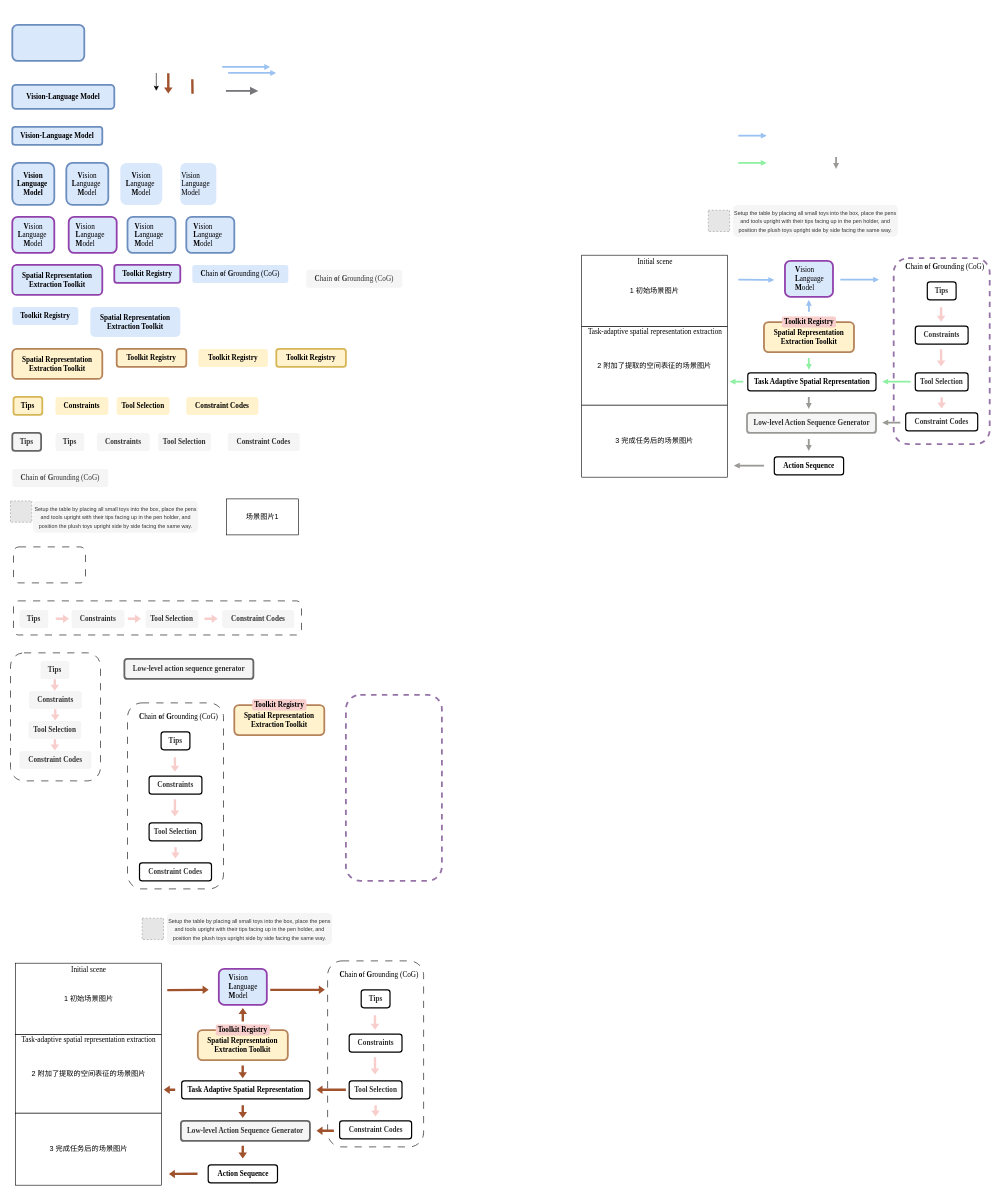
AnonAnonAnonAnonAnon/Figure_live keeps this draw.io diagram as taki.drawio. Above is the earlier version. Source tidied: cells renumbered, new cells numbered last; positions are measured from the earlier drawing's top-left corner, leaving out a move shared by most shapes. Both pictures are drawn from the tidied source at 60%, with x=0, y=0 at pixel (10, 25). Pictures stored in the file or linked from it are replaced by grey dashed boxes.
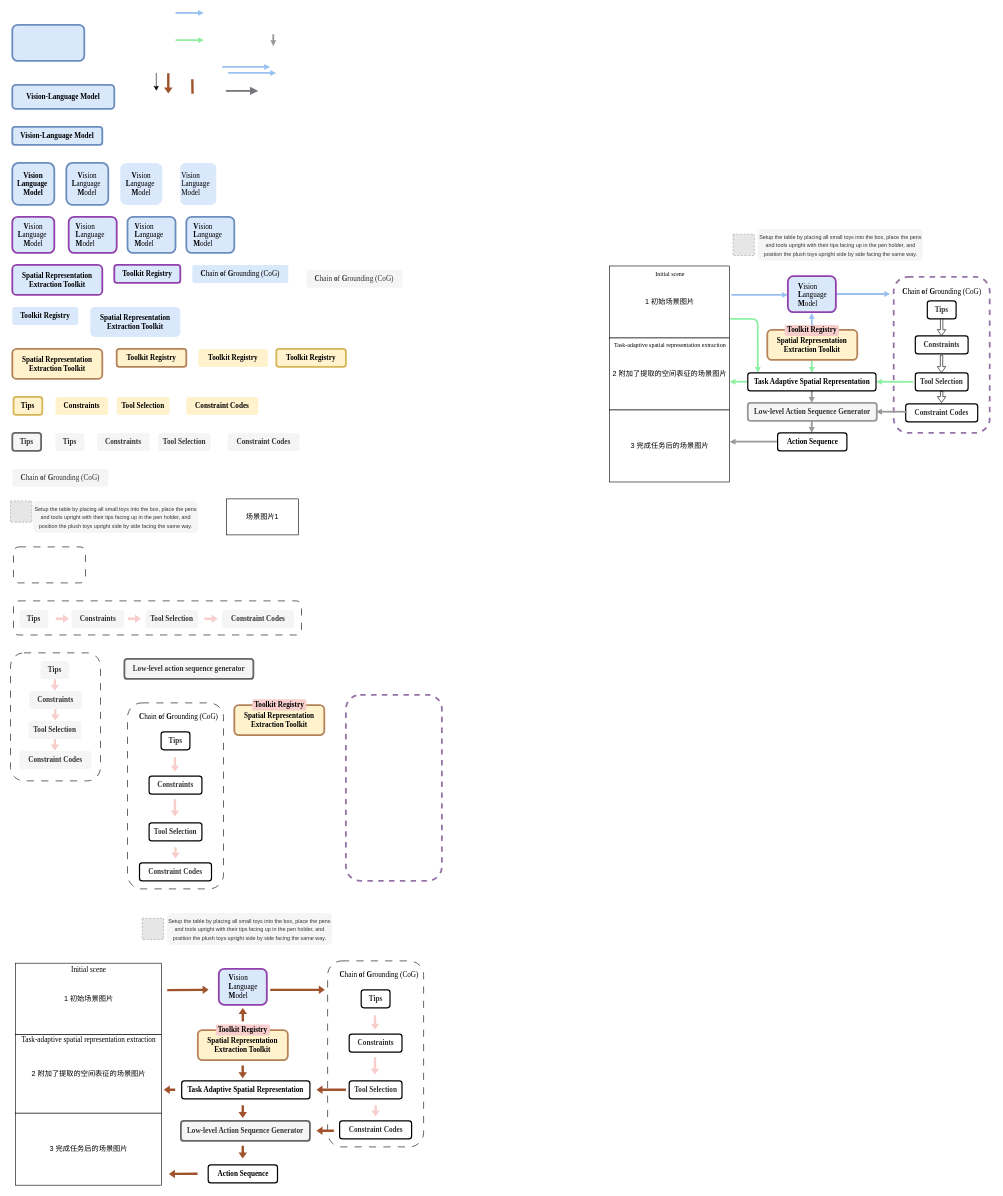
After the change.

The edit, as a diff of the source:
```diff
@@
     <mxCell id="39" value="1 初始场景图片" style="rounded=0;whiteSpace=wrap;html=1;" parent="1" vertex="1">
-      <mxGeometry x="952" y="383.8" width="243" height="118.8" as="geometry" />
+      <mxGeometry x="998.5" y="401.8" width="200" height="120" as="geometry" />
     </mxCell>
     <mxCell id="40" style="fillColor=#E6E6E6;strokeColor=#999999;dashed=1;verticalLabelPosition=bottom;labelBackgroundColor=default;verticalAlign=top;" parent="1" vertex="1">
-      <mxGeometry x="1163" y="308.9" width="35.5" height="35.5" as="geometry" />
+      <mxGeometry x="1204.2" y="348.9" width="35.5" height="35.5" as="geometry" />
     </mxCell>
     <mxCell id="41" value="&lt;p&gt;&lt;font style=&quot;font-size: 9px;&quot;&gt;Setup the table by placing all small toys into the box, place the pens and tools upright with their tips facing up in the pen holder, and position the plush toys upright side by side facing the same way.&lt;/font&gt;&lt;/p&gt;" style="rounded=1;whiteSpace=wrap;html=1;strokeWidth=3;fillColor=#f5f5f5;strokeColor=none;align=center;fontColor=#333333;" parent="1" vertex="1">
-      <mxGeometry x="1204.2" y="300" width="275" height="53.2" as="geometry" />
+      <mxGeometry x="1245.5" y="340" width="275" height="53.2" as="geometry" />
     </mxCell>
-    <mxCell id="42" style="rounded=1;whiteSpace=wrap;html=1;strokeWidth=3;fillColor=#dae8fc;strokeColor=light-dark(#9141ac, #a9adff);align=center;" parent="1" vertex="1">
-      <mxGeometry x="1290.8" y="393.2" width="80" height="60" as="geometry" />
-    </mxCell>
-    <mxCell id="43" value="&lt;div align=&quot;left&quot;&gt;&lt;font face=&quot;Times New Roman&quot;&gt;&lt;b&gt;V&lt;/b&gt;ision&lt;/font&gt;&lt;/div&gt;&lt;div align=&quot;left&quot;&gt;&lt;font face=&quot;Times New Roman&quot;&gt;&lt;b&gt;L&lt;/b&gt;anguage&lt;/font&gt;&lt;/div&gt;&lt;div align=&quot;left&quot;&gt;&lt;font face=&quot;Times New Roman&quot;&gt;&lt;b&gt;M&lt;/b&gt;odel&lt;/font&gt;&lt;/div&gt;" style="text;html=1;align=left;verticalAlign=middle;strokeColor=none;fillColor=none;" parent="1" vertex="1">
-      <mxGeometry x="1305.9" y="393.2" width="70" height="60" as="geometry" />
-    </mxCell>
     <mxCell id="44" value="&lt;font face=&quot;Times New Roman&quot;&gt;&lt;b&gt;Spatial Representation Extraction Toolkit&lt;/b&gt;&lt;/font&gt;" style="rounded=1;whiteSpace=wrap;html=1;strokeWidth=3;fillColor=#fff2cc;strokeColor=light-dark(#b5835a, #00a200);align=center;" parent="1" vertex="1">
-      <mxGeometry x="1255.8" y="495.3" width="150" height="50" as="geometry" />
+      <mxGeometry x="1261.3" y="508.2" width="150" height="50" as="geometry" />
     </mxCell>
     <mxCell id="45" value="&lt;font face=&quot;Times New Roman&quot;&gt;&lt;b&gt;Toolkit Registry&lt;/b&gt;&lt;/font&gt;" style="rounded=1;whiteSpace=wrap;html=1;strokeWidth=3;fillColor=#f8cecc;strokeColor=none;align=center;" parent="1" vertex="1">
-      <mxGeometry x="1285.6" y="485.8" width="90.2" height="18.4" as="geometry" />
+      <mxGeometry x="1290.5" y="500" width="90.2" height="18.4" as="geometry" />
     </mxCell>
@@
     <mxCell id="65" value="&lt;b&gt;&lt;font face=&quot;Times New Roman&quot;&gt;Tips&lt;/font&gt;&lt;/b&gt;" style="rounded=1;whiteSpace=wrap;html=1;strokeWidth=2;fillColor=none;strokeColor=default;align=center;fontColor=#333333;" parent="1" vertex="1">
-      <mxGeometry x="1528" y="428.3" width="48" height="30" as="geometry" />
+      <mxGeometry x="1528" y="460" width="48" height="30" as="geometry" />
     </mxCell>
     <mxCell id="66" value="&lt;font face=&quot;Times New Roman&quot;&gt;&lt;b&gt;Constraints&lt;/b&gt;&lt;/font&gt;" style="rounded=1;whiteSpace=wrap;html=1;strokeWidth=2;fillColor=none;strokeColor=default;align=center;fontColor=#333333;" parent="1" vertex="1">
-      <mxGeometry x="1508" y="502" width="88" height="30" as="geometry" />
+      <mxGeometry x="1508" y="518.4" width="88" height="30" as="geometry" />
     </mxCell>
@@
     <mxCell id="68" value="&lt;font face=&quot;Times New Roman&quot;&gt;&lt;b&gt;Constraint Codes&lt;/b&gt;&lt;/font&gt;" style="rounded=1;whiteSpace=wrap;html=1;strokeWidth=2;fillColor=none;strokeColor=default;align=center;fontColor=#333333;" parent="1" vertex="1">
-      <mxGeometry x="1492" y="646.6" width="120" height="30" as="geometry" />
+      <mxGeometry x="1492" y="631.7" width="120" height="30" as="geometry" />
     </mxCell>
     <mxCell id="69" style="rounded=1;whiteSpace=wrap;html=1;fillColor=none;dashed=1;strokeColor=#9673a6;strokeWidth=3;" parent="1" vertex="1">
-      <mxGeometry x="1472" y="388.8" width="160" height="310" as="geometry" />
+      <mxGeometry x="1472" y="420" width="160" height="260" as="geometry" />
     </mxCell>
-    <mxCell id="70" style="shape=flexArrow;endArrow=classic;html=1;rounded=0;fillColor=#f8cecc;strokeColor=none;targetPerimeterSpacing=0;endSize=3;startSize=6;endWidth=9.2;width=4;shadow=0;" parent="1" edge="1">
+    <mxCell id="70" style="shape=flexArrow;endArrow=classic;html=1;rounded=0;fillColor=default;strokeColor=default;targetPerimeterSpacing=0;endSize=3;startSize=6;endWidth=9.2;width=4;shadow=0;" parent="1" edge="1">
       <mxGeometry relative="1" as="geometry">
-        <mxPoint x="1551" y="470" as="sourcePoint" />
-        <mxPoint x="1551" y="495.1" as="targetPoint" />
+        <mxPoint x="1552" y="490" as="sourcePoint" />
+        <mxPoint x="1551.7" y="518.4" as="targetPoint" />
       </mxGeometry>
     </mxCell>
-    <mxCell id="71" style="shape=flexArrow;endArrow=classic;html=1;rounded=0;fillColor=#f8cecc;strokeColor=none;targetPerimeterSpacing=0;endSize=3;startSize=6;endWidth=9.2;width=4;shadow=0;" parent="1" edge="1">
+    <mxCell id="71" style="shape=flexArrow;endArrow=classic;html=1;rounded=0;fillColor=none;strokeColor=default;targetPerimeterSpacing=0;endSize=3;startSize=6;endWidth=9.2;width=4;shadow=0;" parent="1" edge="1">
       <mxGeometry relative="1" as="geometry">
-        <mxPoint x="1552.1" y="620" as="sourcePoint" />
-        <mxPoint x="1551.8" y="639.8" as="targetPoint" />
+        <mxPoint x="1552" y="610.2" as="sourcePoint" />
+        <mxPoint x="1551.7" y="630" as="targetPoint" />
       </mxGeometry>
     </mxCell>
-    <mxCell id="72" style="shape=flexArrow;endArrow=classic;html=1;rounded=0;fillColor=#f8cecc;strokeColor=none;targetPerimeterSpacing=0;endSize=3;startSize=6;endWidth=9.2;width=4;shadow=0;" parent="1" edge="1">
+    <mxCell id="72" style="shape=flexArrow;endArrow=classic;html=1;rounded=0;fillColor=none;strokeColor=default;targetPerimeterSpacing=0;endSize=3;startSize=6;endWidth=9.2;width=4;shadow=0;" parent="1" edge="1">
       <mxGeometry relative="1" as="geometry">
-        <mxPoint x="1551" y="540" as="sourcePoint" />
-        <mxPoint x="1551" y="570" as="targetPoint" />
+        <mxPoint x="1551.7" y="550" as="sourcePoint" />
+        <mxPoint x="1551.7" y="580" as="targetPoint" />
       </mxGeometry>
     </mxCell>
     <mxCell id="73" value="&lt;div&gt;&lt;div class=&quot;old-record-id-Jpved50hUo4uE4xDqZKcLIfEnAk&quot;&gt;&lt;font face=&quot;Times New Roman&quot;&gt;&lt;b&gt;C&lt;/b&gt;hain &lt;b&gt;o&lt;/b&gt;f &lt;b&gt;G&lt;/b&gt;rounding (CoG)&lt;/font&gt;&lt;/div&gt;&lt;/div&gt;&lt;font face=&quot;Times New Roman&quot;&gt;&lt;span data-lark-record-data=&quot;{&amp;quot;rootId&amp;quot;:&amp;quot;Y6xqdsJ0JoNIp3x1KjNcxyL0n1f&amp;quot;,&amp;quot;text&amp;quot;:{&amp;quot;initialAttributedTexts&amp;quot;:{&amp;quot;text&amp;quot;:{&amp;quot;0&amp;quot;:&amp;quot;Chain of Grounding (CoG)&amp;quot;},&amp;quot;attribs&amp;quot;:{&amp;quot;0&amp;quot;:&amp;quot;*0+o&amp;quot;}},&amp;quot;apool&amp;quot;:{&amp;quot;numToAttrib&amp;quot;:{&amp;quot;0&amp;quot;:[&amp;quot;author&amp;quot;,&amp;quot;7455933905562779650&amp;quot;]},&amp;quot;nextNum&amp;quot;:1}},&amp;quot;type&amp;quot;:&amp;quot;text&amp;quot;,&amp;quot;referenceRecordMap&amp;quot;:{},&amp;quot;extra&amp;quot;:{&amp;quot;channel&amp;quot;:&amp;quot;saas&amp;quot;,&amp;quot;isEqualBlockSelection&amp;quot;:false,&amp;quot;pasteRandomId&amp;quot;:&amp;quot;5d08a9c0-3101-4293-8adc-91da2f840806&amp;quot;,&amp;quot;mention_page_title&amp;quot;:{},&amp;quot;external_mention_url&amp;quot;:{}},&amp;quot;isKeepQuoteContainer&amp;quot;:false,&amp;quot;isFromCode&amp;quot;:false,&amp;quot;selection&amp;quot;:[{&amp;quot;id&amp;quot;:1047,&amp;quot;type&amp;quot;:&amp;quot;text&amp;quot;,&amp;quot;selection&amp;quot;:{&amp;quot;start&amp;quot;:4,&amp;quot;end&amp;quot;:28},&amp;quot;recordId&amp;quot;:&amp;quot;Jpved50hUo4uE4xDqZKcLIfEnAk&amp;quot;}],&amp;quot;payloadMap&amp;quot;:{},&amp;quot;isCut&amp;quot;:false}&quot; class=&quot;lark-record-clipboard&quot;&gt;&lt;/span&gt;&lt;/font&gt;" style="text;html=1;align=center;verticalAlign=middle;strokeColor=none;fillColor=none;" parent="1" vertex="1">
-      <mxGeometry x="1477" y="388.8" width="160" height="30" as="geometry" />
+      <mxGeometry x="1472" y="430" width="160" height="30" as="geometry" />
     </mxCell>
     <mxCell id="74" value="2 附加了提取的空间表征的场景图片" style="rounded=0;whiteSpace=wrap;html=1;" parent="1" vertex="1">
-      <mxGeometry x="952" y="502.9" width="243" height="130.9" as="geometry" />
+      <mxGeometry x="998.5" y="521.8" width="200" height="120" as="geometry" />
     </mxCell>
-    <mxCell id="75" value="&lt;font face=&quot;Times New Roman&quot;&gt;Task-adaptive spatial representation extraction&lt;/font&gt;" style="text;html=1;align=center;verticalAlign=middle;strokeColor=none;fillColor=none;" parent="1" vertex="1">
-      <mxGeometry x="948.5" y="497" width="250" height="30" as="geometry" />
+    <mxCell id="75" value="&lt;font style=&quot;font-size: 10px;&quot; face=&quot;Times New Roman&quot;&gt;Task-adaptive spatial representation extraction&lt;/font&gt;" style="text;html=1;align=center;verticalAlign=middle;strokeColor=none;fillColor=none;" parent="1" vertex="1">
+      <mxGeometry x="994.2" y="518.2" width="210" height="30" as="geometry" />
     </mxCell>
@@
     <mxCell id="77" value="3 完成任务后的场景图片" style="rounded=0;whiteSpace=wrap;html=1;" parent="1" vertex="1">
-      <mxGeometry x="952" y="633.8" width="243" height="120" as="geometry" />
+      <mxGeometry x="998.5" y="641.8" width="200" height="120" as="geometry" />
     </mxCell>
     <mxCell id="78" value="&lt;font face=&quot;Times New Roman&quot;&gt;&lt;b&gt;Low-level Action Sequence Generator&lt;/b&gt;&lt;/font&gt;" style="rounded=1;whiteSpace=wrap;html=1;strokeWidth=3;fillColor=#f5f5f5;strokeColor=light-dark(#9a9996, #959595);align=center;fontColor=#333333;" parent="1" vertex="1">
-      <mxGeometry x="1227.5" y="646.6" width="215" height="33.4" as="geometry" />
+      <mxGeometry x="1228.8" y="630" width="215" height="30" as="geometry" />
     </mxCell>
-    <mxCell id="79" value="&lt;font face=&quot;Times New Roman&quot;&gt;&lt;span lang=&quot;en&quot; class=&quot;HwtZe&quot;&gt;&lt;span class=&quot;jCAhz ChMk0b&quot;&gt;&lt;span class=&quot;ryNqvb&quot;&gt;Initial scene&lt;/span&gt;&lt;/span&gt;&lt;/span&gt;&lt;/font&gt;" style="text;html=1;align=center;verticalAlign=middle;strokeColor=none;fillColor=none;" parent="1" vertex="1">
-      <mxGeometry x="1033.5" y="380" width="80" height="30" as="geometry" />
+    <mxCell id="79" value="&lt;font style=&quot;font-size: 10px;&quot; face=&quot;Times New Roman&quot;&gt;&lt;span lang=&quot;en&quot; class=&quot;HwtZe&quot;&gt;&lt;span class=&quot;jCAhz ChMk0b&quot;&gt;&lt;span class=&quot;ryNqvb&quot;&gt;Initial scene&lt;/span&gt;&lt;/span&gt;&lt;/span&gt;&lt;/font&gt;" style="text;html=1;align=center;verticalAlign=middle;strokeColor=none;fillColor=none;" parent="1" vertex="1">
+      <mxGeometry x="1063.5" y="400" width="70" height="30" as="geometry" />
     </mxCell>
@@
-    <mxCell id="81" value="&lt;b&gt;&lt;font face=&quot;Times New Roman&quot;&gt;Task Adaptive Spatial Representation&lt;/font&gt;&lt;/b&gt;" style="rounded=1;whiteSpace=wrap;html=1;strokeWidth=2;fillColor=none;strokeColor=default;align=center;" parent="1" vertex="1">
-      <mxGeometry x="1228.8" y="580" width="213.7" height="30" as="geometry" />
-    </mxCell>
@@
-    <mxCell id="93" value="&lt;font face=&quot;Times New Roman&quot;&gt;&lt;b&gt;Action Sequence&lt;/b&gt;&lt;/font&gt;" style="rounded=1;whiteSpace=wrap;html=1;strokeWidth=2;fillColor=none;strokeColor=default;align=center;" parent="1" vertex="1">
-      <mxGeometry x="1273" y="720" width="115.5" height="30" as="geometry" />
-    </mxCell>
@@
     <mxCell id="131" style="endArrow=block;html=1;rounded=0;curved=1;endFill=1;strokeWidth=3;strokeColor=light-dark(#99c1f1, #436697);fillColor=#cce5ff;startSize=6;endSize=2;" parent="1" edge="1">
       <mxGeometry relative="1" as="geometry">
-        <mxPoint x="1213" y="184.6" as="sourcePoint" />
-        <mxPoint x="1260.4" y="184.6" as="targetPoint" />
+        <mxPoint x="275" y="-20" as="sourcePoint" />
+        <mxPoint x="322.4" y="-20" as="targetPoint" />
       </mxGeometry>
     </mxCell>
     <mxCell id="132" style="endArrow=block;html=1;rounded=0;curved=1;endFill=1;strokeWidth=3;strokeColor=light-dark(#99c1f1, #436697);fillColor=#cce5ff;startSize=6;endSize=2;" parent="1" edge="1">
       <mxGeometry relative="1" as="geometry">
-        <mxPoint x="1213" y="424.6" as="sourcePoint" />
-        <mxPoint x="1273" y="425" as="targetPoint" />
+        <mxPoint x="1201.4" y="450" as="sourcePoint" />
+        <mxPoint x="1295.6" y="450" as="targetPoint" />
       </mxGeometry>
     </mxCell>
     <mxCell id="133" style="endArrow=block;html=1;rounded=0;curved=1;endFill=1;strokeWidth=3;strokeColor=light-dark(#99c1f1, #436697);fillColor=#cce5ff;startSize=6;endSize=2;" parent="1" edge="1">
       <mxGeometry relative="1" as="geometry">
-        <mxPoint x="1383" y="424.6" as="sourcePoint" />
-        <mxPoint x="1447.6" y="424.6" as="targetPoint" />
+        <mxPoint x="1375.6" y="448.5" as="sourcePoint" />
+        <mxPoint x="1466.1" y="448.5" as="targetPoint" />
       </mxGeometry>
     </mxCell>
     <mxCell id="134" style="endArrow=block;html=1;rounded=0;curved=1;endFill=1;strokeWidth=3;strokeColor=light-dark(#99c1f1, #436697);fillColor=#cce5ff;startSize=6;endSize=2;" parent="1" edge="1">
       <mxGeometry relative="1" as="geometry">
-        <mxPoint x="1330.8" y="478.2" as="sourcePoint" />
-        <mxPoint x="1330.5" y="458.2" as="targetPoint" />
+        <mxPoint x="1335.6" y="500" as="sourcePoint" />
+        <mxPoint x="1335.3" y="480" as="targetPoint" />
       </mxGeometry>
     </mxCell>
     <mxCell id="135" style="endArrow=block;html=1;rounded=0;curved=1;endFill=1;strokeWidth=3;strokeColor=light-dark(#8ff0a4, #436697);fillColor=#cce5ff;startSize=6;endSize=2;" parent="1" edge="1">
       <mxGeometry relative="1" as="geometry">
-        <mxPoint x="1213" y="230" as="sourcePoint" />
-        <mxPoint x="1260.4" y="230" as="targetPoint" />
+        <mxPoint x="275" y="25.4" as="sourcePoint" />
+        <mxPoint x="322.4" y="25.4" as="targetPoint" />
       </mxGeometry>
     </mxCell>
     <mxCell id="136" style="endArrow=block;html=1;rounded=0;curved=1;endFill=1;strokeWidth=3;strokeColor=light-dark(#8ff0a4, #436697);fillColor=#cce5ff;startSize=6;endSize=2;" parent="1" edge="1">
       <mxGeometry relative="1" as="geometry">
-        <mxPoint x="1330.4" y="555" as="sourcePoint" />
-        <mxPoint x="1330.8" y="575" as="targetPoint" />
+        <mxPoint x="1335.3" y="560" as="sourcePoint" />
+        <mxPoint x="1335.7" y="580" as="targetPoint" />
       </mxGeometry>
     </mxCell>
     <mxCell id="137" style="endArrow=block;html=1;rounded=0;curved=1;endFill=1;strokeWidth=3;strokeColor=light-dark(#8ff0a4, #436697);fillColor=#cce5ff;startSize=6;endSize=2;" parent="1" edge="1">
       <mxGeometry relative="1" as="geometry">
-        <mxPoint x="1500.2" y="594.6" as="sourcePoint" />
-        <mxPoint x="1453" y="594.6" as="targetPoint" />
+        <mxPoint x="1504.8" y="594.9" as="sourcePoint" />
+        <mxPoint x="1442.5" y="594.7" as="targetPoint" />
       </mxGeometry>
     </mxCell>
     <mxCell id="138" style="endArrow=block;html=1;rounded=0;curved=1;endFill=1;strokeWidth=3;strokeColor=light-dark(#8ff0a4, #436697);fillColor=#cce5ff;startSize=6;endSize=2;" parent="1" edge="1">
       <mxGeometry relative="1" as="geometry">
-        <mxPoint x="1221.1" y="594.6" as="sourcePoint" />
-        <mxPoint x="1198.5" y="594.6" as="targetPoint" />
+        <mxPoint x="1228.5" y="594.7" as="sourcePoint" />
+        <mxPoint x="1198.5" y="594.7" as="targetPoint" />
       </mxGeometry>
     </mxCell>
     <mxCell id="139" style="endArrow=block;html=1;rounded=0;curved=1;endFill=1;strokeWidth=3;strokeColor=light-dark(#9a9996, #436697);fillColor=#cce5ff;startSize=6;endSize=2;" parent="1" edge="1">
       <mxGeometry relative="1" as="geometry">
-        <mxPoint x="1376" y="220" as="sourcePoint" />
-        <mxPoint x="1375.9" y="240" as="targetPoint" />
+        <mxPoint x="438" y="15.4" as="sourcePoint" />
+        <mxPoint x="437.9" y="35.4" as="targetPoint" />
       </mxGeometry>
     </mxCell>
     <mxCell id="140" style="endArrow=block;html=1;rounded=0;curved=1;endFill=1;strokeWidth=3;strokeColor=light-dark(#9a9996, #436697);fillColor=#cce5ff;startSize=6;endSize=2;" parent="1" edge="1">
       <mxGeometry relative="1" as="geometry">
-        <mxPoint x="1330.5" y="620" as="sourcePoint" />
-        <mxPoint x="1330.4" y="640" as="targetPoint" />
+        <mxPoint x="1335.5" y="610" as="sourcePoint" />
+        <mxPoint x="1335.3" y="630" as="targetPoint" />
       </mxGeometry>
     </mxCell>
     <mxCell id="141" style="endArrow=block;html=1;rounded=0;curved=1;endFill=1;strokeWidth=3;strokeColor=light-dark(#9a9996, #436697);fillColor=#cce5ff;startSize=6;endSize=2;" parent="1" edge="1">
       <mxGeometry relative="1" as="geometry">
-        <mxPoint x="1483.1" y="662.9" as="sourcePoint" />
-        <mxPoint x="1453" y="662.9" as="targetPoint" />
+        <mxPoint x="1493.6" y="644.7" as="sourcePoint" />
+        <mxPoint x="1442.5" y="644.7" as="targetPoint" />
       </mxGeometry>
     </mxCell>
     <mxCell id="142" style="endArrow=block;html=1;rounded=0;curved=1;endFill=1;strokeWidth=3;strokeColor=light-dark(#9a9996, #436697);fillColor=#cce5ff;startSize=6;endSize=2;" parent="1" edge="1">
       <mxGeometry relative="1" as="geometry">
-        <mxPoint x="1330.5" y="690" as="sourcePoint" />
-        <mxPoint x="1330.4" y="710" as="targetPoint" />
+        <mxPoint x="1335.5" y="658.8" as="sourcePoint" />
+        <mxPoint x="1335.3" y="680" as="targetPoint" />
       </mxGeometry>
     </mxCell>
     <mxCell id="143" style="endArrow=block;html=1;rounded=0;curved=1;endFill=1;strokeWidth=3;strokeColor=light-dark(#9a9996, #436697);fillColor=#cce5ff;startSize=6;endSize=2;" parent="1" edge="1">
       <mxGeometry relative="1" as="geometry">
-        <mxPoint x="1255.8" y="734.6" as="sourcePoint" />
-        <mxPoint x="1205.6" y="734.6" as="targetPoint" />
+        <mxPoint x="1278.5" y="694.7" as="sourcePoint" />
+        <mxPoint x="1198.5" y="694.7" as="targetPoint" />
       </mxGeometry>
     </mxCell>
+    <mxCell id="144" style="endArrow=block;html=1;rounded=1;curved=0;endFill=1;strokeWidth=3;strokeColor=light-dark(#8ff0a4, #436697);fillColor=#cce5ff;startSize=6;endSize=2;" parent="1" edge="1">
+      <mxGeometry relative="1" as="geometry">
+        <mxPoint x="1199.4" y="490" as="sourcePoint" />
+        <mxPoint x="1245.5" y="580" as="targetPoint" />
+        <Array as="points">
+          <mxPoint x="1245.4" y="490" />
+        </Array>
+      </mxGeometry>
+    </mxCell>
+    <mxCell id="81" value="&lt;b&gt;&lt;font face=&quot;Times New Roman&quot;&gt;Task Adaptive Spatial Representation&lt;/font&gt;&lt;/b&gt;" style="rounded=1;whiteSpace=wrap;html=1;strokeWidth=2;fillColor=none;strokeColor=default;align=center;" parent="1" vertex="1">
+      <mxGeometry x="1228.8" y="580" width="213.7" height="30" as="geometry" />
+    </mxCell>
+    <mxCell id="42" style="rounded=1;whiteSpace=wrap;html=1;strokeWidth=3;fillColor=#dae8fc;strokeColor=light-dark(#9141ac, #a9adff);align=center;" parent="1" vertex="1">
+      <mxGeometry x="1295.6" y="418.8" width="80" height="60" as="geometry" />
+    </mxCell>
+    <mxCell id="43" value="&lt;div align=&quot;left&quot;&gt;&lt;font face=&quot;Times New Roman&quot;&gt;&lt;b&gt;V&lt;/b&gt;ision&lt;/font&gt;&lt;/div&gt;&lt;div align=&quot;left&quot;&gt;&lt;font face=&quot;Times New Roman&quot;&gt;&lt;b&gt;L&lt;/b&gt;anguage&lt;/font&gt;&lt;/div&gt;&lt;div align=&quot;left&quot;&gt;&lt;font face=&quot;Times New Roman&quot;&gt;&lt;b&gt;M&lt;/b&gt;odel&lt;/font&gt;&lt;/div&gt;" style="text;html=1;align=left;verticalAlign=middle;strokeColor=none;fillColor=none;" parent="1" vertex="1">
+      <mxGeometry x="1310.8" y="420" width="70" height="60" as="geometry" />
+    </mxCell>
+    <mxCell id="93" value="&lt;font face=&quot;Times New Roman&quot;&gt;&lt;b&gt;Action Sequence&lt;/b&gt;&lt;/font&gt;" style="rounded=1;whiteSpace=wrap;html=1;strokeWidth=2;fillColor=none;strokeColor=default;align=center;" parent="1" vertex="1">
+      <mxGeometry x="1278.5" y="680" width="115.5" height="30" as="geometry" />
+    </mxCell>
```
